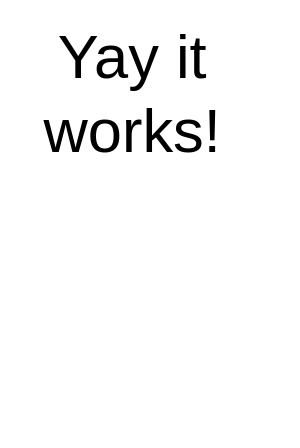
The draw.io diagram 460prototype.drawio in mmeiser19/cpsc460, before the edit. Source tidied: cells renumbered, new cells numbered last; positions are measured from the earlier drawing's top-left corner, leaving out a move shared by most shapes. Both pictures are drawn from the tidied source at 118%, with x=0, y=0 at pixel (20, 40).
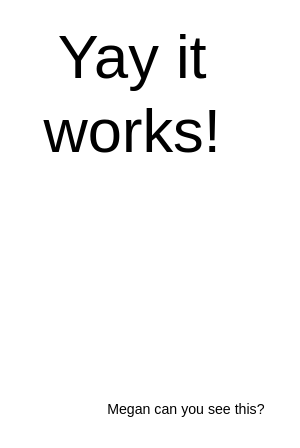
Above is the later version.

The edit, as a diff of the source:
```diff
@@
 <mxGraphModel>
   <root>
     <mxCell id="0" />
     <mxCell id="1" parent="0" />
     <mxCell id="2" value="Yay it works!" style="text;html=1;strokeColor=none;fillColor=none;align=center;verticalAlign=middle;whiteSpace=wrap;rounded=0;fontSize=52;" parent="1" vertex="1">
       <mxGeometry width="190" height="90" as="geometry" />
     </mxCell>
+    <mxCell id="3" value="&lt;div&gt;Megan can you see this?&lt;/div&gt;" style="text;html=1;align=center;verticalAlign=middle;strokeColor=none;fillColor=none;" parent="1" vertex="1">
+      <mxGeometry x="60" y="298" width="160" height="30" as="geometry" />
+    </mxCell>
   </root>
 </mxGraphModel>
```
